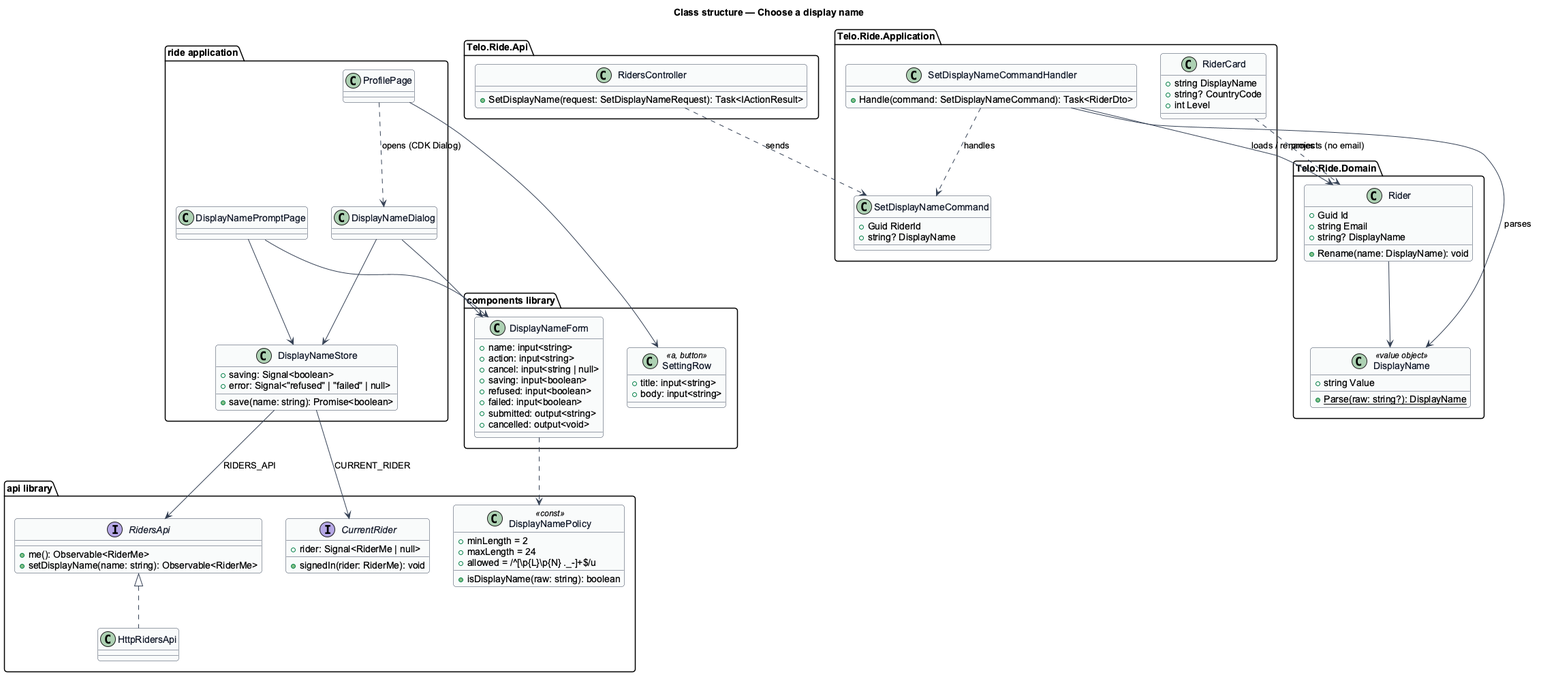
Before: docs/detailed-designs/accounts/choose-a-display-name/diagrams/class-structure.png, a diagram exported from PlantUML (QuinntyneBrown/ride-one).
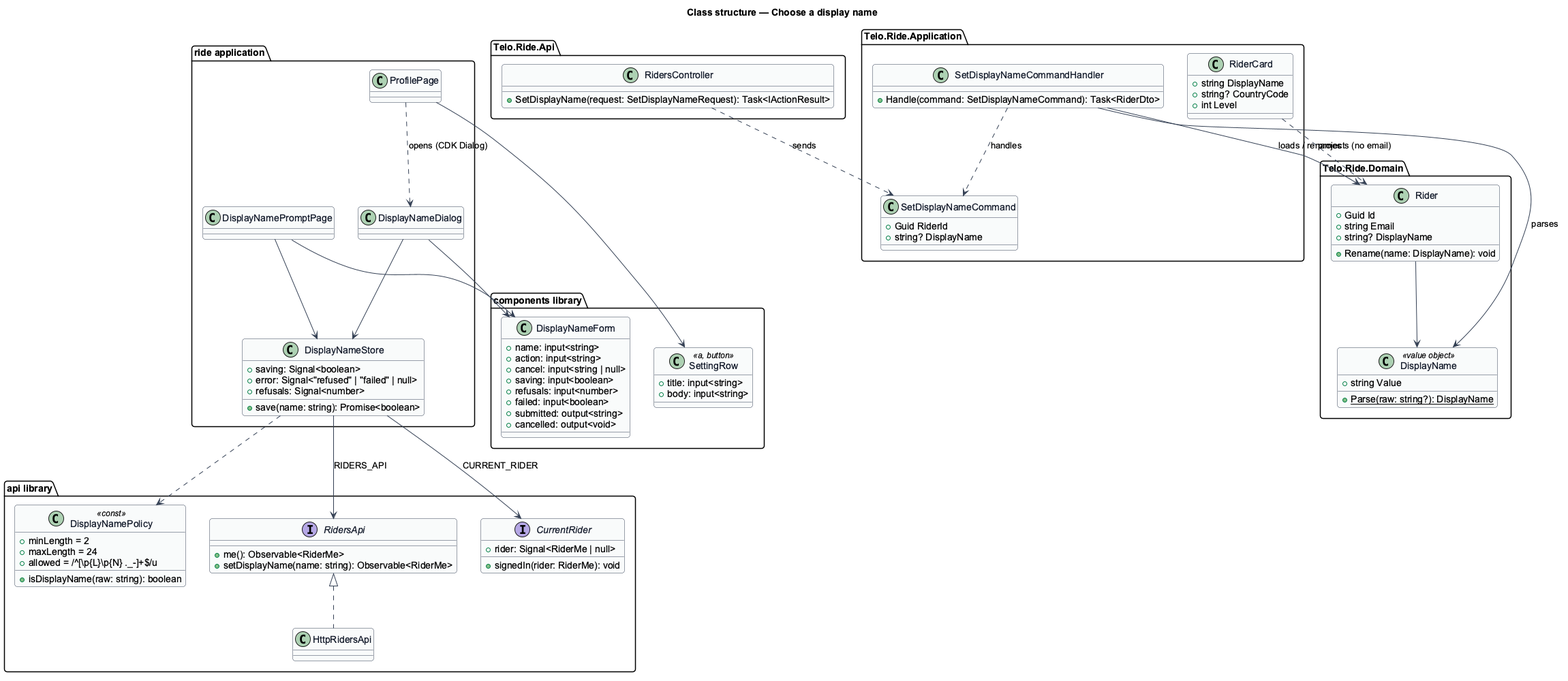
After the commit.

What changed in the source:
```diff
@@ -35,7 +35,7 @@
     +action: input<string>
     +cancel: input<string | null>
     +saving: input<boolean>
-    +refused: input<boolean>
+    +refusals: input<number>
     +failed: input<boolean>
     +submitted: output<string>
     +cancelled: output<void>
@@ -52,6 +52,7 @@
   class DisplayNameStore {
     +saving: Signal<boolean>
     +error: Signal<"refused" | "failed" | null>
+    +refusals: Signal<number>
     +save(name: string): Promise<boolean>
   }
 }
@@ -63,7 +64,7 @@
 DisplayNameDialog --> DisplayNameStore
 DisplayNameStore --> RidersApi : RIDERS_API
 DisplayNameStore --> CurrentRider : CURRENT_RIDER
-DisplayNameForm ..> DisplayNamePolicy
+DisplayNameStore ..> DisplayNamePolicy
 package "Telo.Ride.Api" {
   class RidersController {
     +SetDisplayName(request: SetDisplayNameRequest): Task<IActionResult>
```
